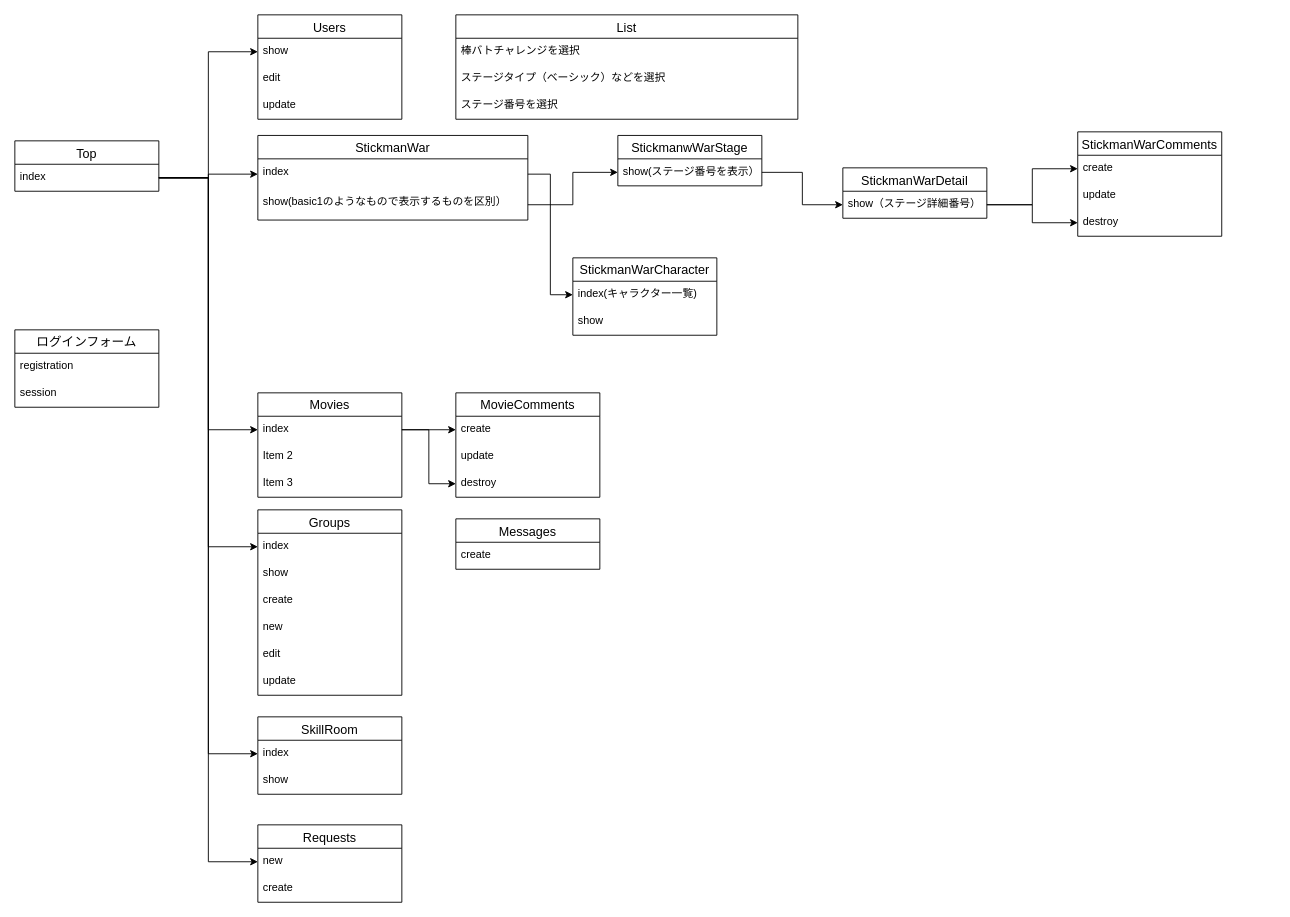
Earlier version of the draw.io diagram flow.dio (runba3011/runba_home). Source tidied: cells renumbered, new cells numbered last; positions are measured from the earlier drawing's top-left corner, leaving out a move shared by most shapes. Both pictures are drawn from the tidied source at 90%, with x=0, y=0 at pixel (14, 14).
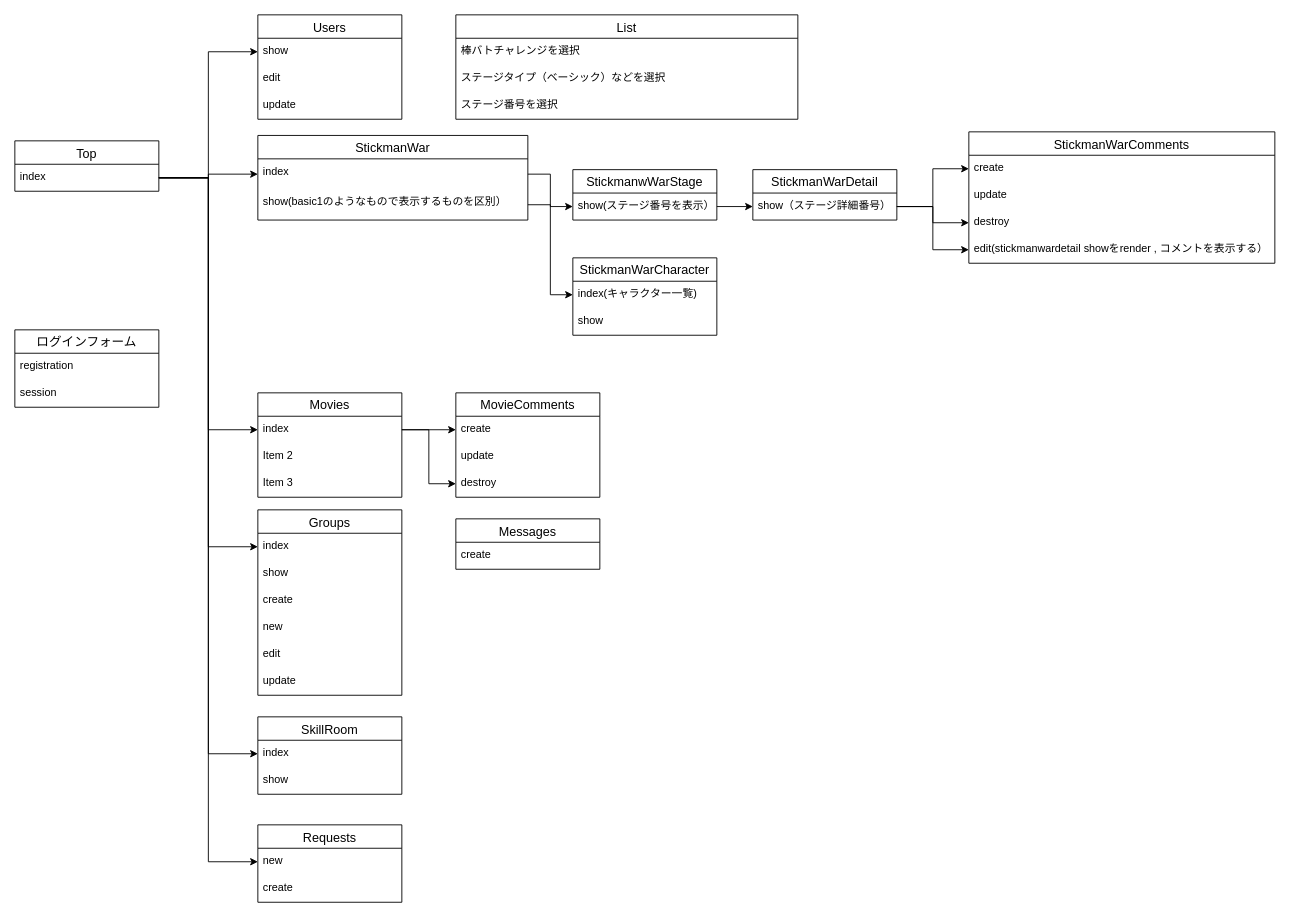
The same page after the edit.

Commit message:
フロー図の修正

The change refers to these unchanged cells:
```xml
<mxCell id="46" value="show（ステージ詳細番号）" style="text;strokeColor=none;fillColor=none;spacingLeft=4;spacingRight=4;overflow=hidden;points=[[0,0.5],[1,0.5]];portConstraint=eastwest;fontSize=12;" parent="45" vertex="1">
  <mxGeometry y="26" width="160" height="30" as="geometry" />
</mxCell>
```

The edit, as a diff of the source:
```diff
@@
     <mxCell id="28" value="StickmanWarComments" style="swimlane;fontStyle=0;horizontal=1;startSize=26;align=center;fontSize=14;" parent="1" vertex="1">
-      <mxGeometry x="1181" y="130" width="160" height="116" as="geometry" />
+      <mxGeometry x="1060" y="130" width="340" height="146" as="geometry" />
     </mxCell>
     <mxCell id="29" value="create" style="text;strokeColor=none;fillColor=none;spacingLeft=4;spacingRight=4;overflow=hidden;points=[[0,0.5],[1,0.5]];portConstraint=eastwest;fontSize=12;" parent="28" vertex="1">
-      <mxGeometry y="26" width="160" height="30" as="geometry" />
+      <mxGeometry y="26" width="340" height="30" as="geometry" />
     </mxCell>
     <mxCell id="30" value="update" style="text;strokeColor=none;fillColor=none;spacingLeft=4;spacingRight=4;overflow=hidden;fontSize=12;" parent="28" vertex="1">
-      <mxGeometry y="56" width="160" height="30" as="geometry" />
+      <mxGeometry y="56" width="340" height="30" as="geometry" />
     </mxCell>
     <mxCell id="31" value="destroy" style="text;strokeColor=none;fillColor=none;spacingLeft=4;spacingRight=4;overflow=hidden;points=[[0,0.5],[1,0.5]];portConstraint=eastwest;fontSize=12;" parent="28" vertex="1">
-      <mxGeometry y="86" width="160" height="30" as="geometry" />
+      <mxGeometry y="86" width="340" height="30" as="geometry" />
     </mxCell>
+    <mxCell id="65" value="edit(stickmanwardetail showをrender , コメントを表示する）" style="text;strokeColor=none;fillColor=none;spacingLeft=4;spacingRight=4;overflow=hidden;points=[[0,0.5],[1,0.5]];portConstraint=eastwest;fontSize=12;" parent="28" vertex="1">
+      <mxGeometry y="116" width="340" height="30" as="geometry" />
+    </mxCell>
@@
     <mxCell id="45" value="StickmanWarDetail" style="swimlane;fontStyle=0;horizontal=1;startSize=26;align=center;fontSize=14;" parent="1" vertex="1">
-      <mxGeometry x="920" y="170" width="160" height="56" as="geometry" />
+      <mxGeometry x="820" y="172" width="160" height="56" as="geometry" />
     </mxCell>
@@
     <mxCell id="61" value="StickmanwWarStage" style="swimlane;fontStyle=0;horizontal=1;startSize=26;align=center;fontSize=14;" parent="1" vertex="1">
-      <mxGeometry x="670" y="134" width="160" height="56" as="geometry" />
+      <mxGeometry x="620" y="172" width="160" height="56" as="geometry" />
     </mxCell>
@@
+    <mxCell id="66" style="edgeStyle=orthogonalEdgeStyle;rounded=0;jettySize=auto;html=1;" parent="1" edge="1" source="46" target="65">
+      <mxGeometry relative="1" as="geometry" />
+    </mxCell>
```
